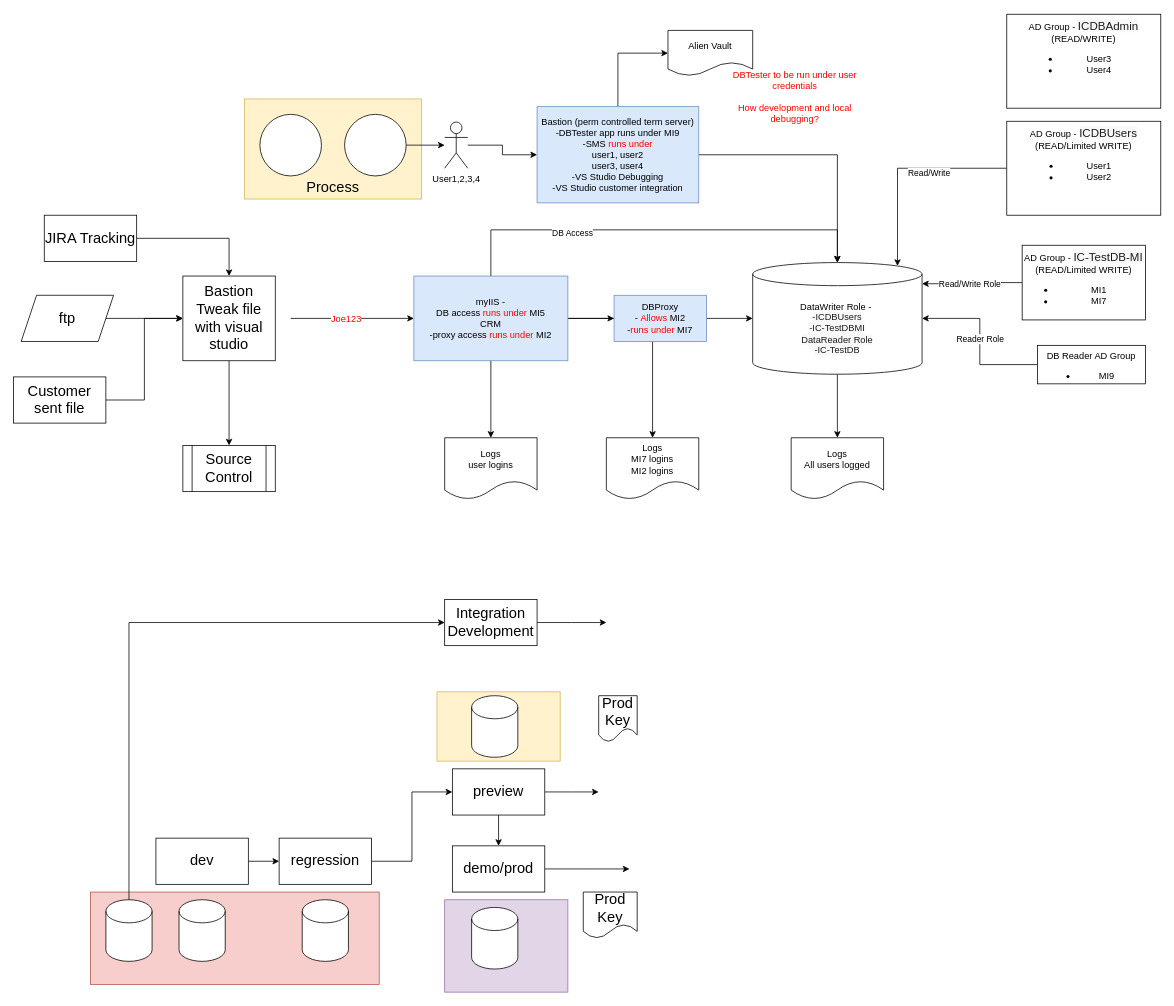
The draw.io diagram Untitled Diagram.drawio in vjavle/invoicecloud, before the edit. Source tidied: cells renumbered, new cells numbered last; positions are measured from the earlier drawing's top-left corner, leaving out a move shared by most shapes. Both pictures are drawn from the tidied source at 77%, with x=0, y=0 at pixel (13, 14).
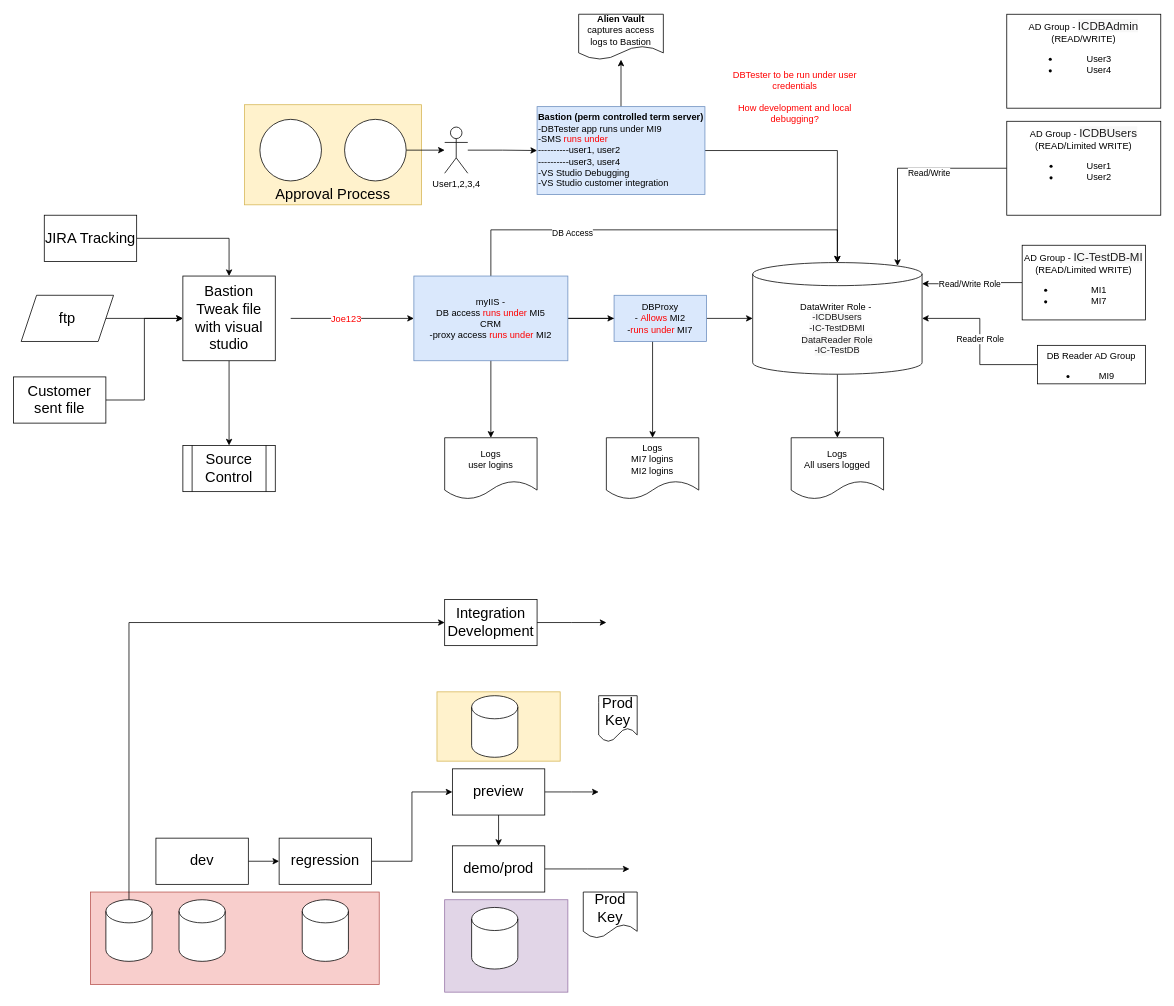
Above is the later version.

What changed in the source:
```diff
@@
-    <mxCell id="5" value="Process" style="rounded=0;whiteSpace=wrap;html=1;fontSize=19;verticalAlign=bottom;fillColor=#fff2cc;strokeColor=#d6b656;" parent="1" vertex="1">
-      <mxGeometry x="300" y="110" width="230" height="130" as="geometry" />
+    <mxCell id="5" value="Approval Process" style="rounded=0;whiteSpace=wrap;html=1;fontSize=19;verticalAlign=bottom;fillColor=#fff2cc;strokeColor=#d6b656;" parent="1" vertex="1">
+      <mxGeometry x="300" y="117.5" width="230" height="130" as="geometry" />
     </mxCell>
@@
-    <mxCell id="25" style="edgeStyle=orthogonalEdgeStyle;rounded=0;jettySize=auto;html=1;fontColor=#000000;startArrow=none;startFill=0;endArrow=classic;endFill=1;entryX=0;entryY=0.5;entryDx=0;entryDy=0;" parent="1" edge="1" source="26" target="32">
+    <mxCell id="25" style="edgeStyle=orthogonalEdgeStyle;rounded=0;jettySize=auto;html=1;fontColor=#000000;startArrow=none;startFill=0;endArrow=classic;endFill=1;" parent="1" edge="1" source="26" target="32">
       <mxGeometry relative="1" as="geometry" />
     </mxCell>
-    <mxCell id="26" value="&lt;font color=&quot;#000000&quot;&gt;Bastion (perm controlled term server)&lt;br&gt;-DBTester app runs under MI9&lt;br&gt;-SMS &lt;/font&gt;&lt;font color=&quot;#ff0000&quot;&gt;runs under &lt;/font&gt;&lt;br&gt;user1, user2&lt;br&gt;user3, user4&lt;br&gt;-VS Studio Debugging&lt;br&gt;-VS Studio customer integration" style="rounded=0;whiteSpace=wrap;html=1;fillColor=#dae8fc;strokeColor=#6c8ebf;" parent="1" vertex="1">
-      <mxGeometry x="680" y="120" width="210" height="125" as="geometry" />
+    <mxCell id="26" value="&lt;font color=&quot;#000000&quot;&gt;&lt;b&gt;Bastion (perm controlled term server)&lt;/b&gt;&lt;br&gt;&lt;div style=&quot;text-align: left&quot;&gt;&lt;span&gt;-DBTester app runs under MI9&lt;/span&gt;&lt;/div&gt;&lt;div style=&quot;text-align: left&quot;&gt;&lt;font color=&quot;#000000&quot;&gt;-SMS &lt;/font&gt;&lt;font color=&quot;#ff0000&quot;&gt;runs under&lt;/font&gt;&lt;/div&gt;&lt;/font&gt;&lt;div style=&quot;text-align: left&quot;&gt;&lt;span&gt;----------user1, user2&lt;/span&gt;&lt;/div&gt;&lt;div style=&quot;text-align: left&quot;&gt;&lt;span&gt;----------user3, user4&lt;/span&gt;&lt;/div&gt;&lt;div style=&quot;text-align: left&quot;&gt;&lt;span&gt;-VS Studio Debugging&lt;/span&gt;&lt;/div&gt;&lt;div style=&quot;text-align: left&quot;&gt;&lt;span&gt;-VS Studio customer integration&lt;/span&gt;&lt;/div&gt;" style="rounded=0;whiteSpace=wrap;html=1;fillColor=#dae8fc;strokeColor=#6c8ebf;" parent="1" vertex="1">
+      <mxGeometry x="680" y="120" width="218" height="114" as="geometry" />
     </mxCell>
@@
-    <mxCell id="32" value="Alien Vault" style="shape=document;whiteSpace=wrap;html=1;boundedLbl=1;fontColor=#000000;" parent="1" vertex="1">
-      <mxGeometry x="850" y="21" width="110" height="59" as="geometry" />
+    <mxCell id="32" value="&lt;b&gt;Alien Vault&lt;/b&gt;&lt;br&gt;captures access logs to Bastion" style="shape=document;whiteSpace=wrap;html=1;boundedLbl=1;fontColor=#000000;" parent="1" vertex="1">
+      <mxGeometry x="734" width="110" height="59" as="geometry" />
     </mxCell>
@@
     <mxCell id="36" value="User1,2,3,4" style="shape=umlActor;verticalLabelPosition=bottom;verticalAlign=top;html=1;outlineConnect=0;fontColor=#000000;" parent="1" vertex="1">
-      <mxGeometry x="560" y="140" width="30" height="60" as="geometry" />
+      <mxGeometry x="560" y="146.5" width="30" height="60" as="geometry" />
     </mxCell>
@@
     <mxCell id="38" style="ellipse;whiteSpace=wrap;html=1;fontSize=12;fontColor=#FF0000;" parent="1" vertex="1">
-      <mxGeometry x="320" y="130" width="80" height="80" as="geometry" />
+      <mxGeometry x="320" y="136.5" width="80" height="80" as="geometry" />
     </mxCell>
@@
     <mxCell id="40" style="ellipse;whiteSpace=wrap;html=1;fontSize=12;fontColor=#FF0000;" parent="1" vertex="1">
-      <mxGeometry x="430" y="130" width="80" height="80" as="geometry" />
+      <mxGeometry x="430" y="136.5" width="80" height="80" as="geometry" />
     </mxCell>
```
